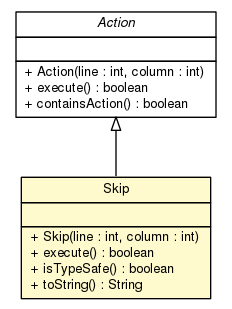
This is doc/model/programs/parsing/language/statement/action/Skip.png from sinopeus/asteroids, a Graphviz export, as it was before one commit. Its source is kept beside it as doc/model/programs/parsing/language/statement/action/Skip.dot.
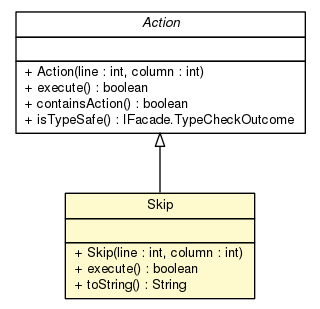
The same diagram one commit later.

Diff of the diagram source:
```diff
@@ -4,7 +4,7 @@
 	node [fontname="Helvetica",fontsize=10,shape=plaintext];
 	nodesep=0.25;
 	ranksep=0.5;
-	c15818 [label=<<table title="model.programs.parsing.language.statement.action.Action" border="0" cellborder="1" cellspacing="0" cellpadding="2" port="p" href="./Action.html">
+	c15943 [label=<<table title="model.programs.parsing.language.statement.action.Action" border="0" cellborder="1" cellspacing="0" cellpadding="2" port="p" href="./Action.html">
 		<tr><td><table border="0" cellspacing="0" cellpadding="1">
 <tr><td align="center" balign="center"><font face="Helvetica-Oblique"> Action </font></td></tr>
 		</table></td></tr>
@@ -15,9 +15,10 @@
 <tr><td align="left" balign="left"> + Action(line : int, column : int) </td></tr>
 <tr><td align="left" balign="left"> + execute() : boolean </td></tr>
 <tr><td align="left" balign="left"> + containsAction() : boolean </td></tr>
+<tr><td align="left" balign="left"> + isTypeSafe() : IFacade.TypeCheckOutcome </td></tr>
 		</table></td></tr>
 		</table>>, URL="./Action.html", fontname="Helvetica", fontcolor="black", fontsize=10.0];
-	c15821 [label=<<table title="model.programs.parsing.language.statement.action.Skip" border="0" cellborder="1" cellspacing="0" cellpadding="2" port="p" bgcolor="lemonChiffon" href="./Skip.html">
+	c15946 [label=<<table title="model.programs.parsing.language.statement.action.Skip" border="0" cellborder="1" cellspacing="0" cellpadding="2" port="p" bgcolor="lemonChiffon" href="./Skip.html">
 		<tr><td><table border="0" cellspacing="0" cellpadding="1">
 <tr><td align="center" balign="center"> Skip </td></tr>
 		</table></td></tr>
@@ -27,9 +28,8 @@
 		<tr><td><table border="0" cellspacing="0" cellpadding="1">
 <tr><td align="left" balign="left"> + Skip(line : int, column : int) </td></tr>
 <tr><td align="left" balign="left"> + execute() : boolean </td></tr>
-<tr><td align="left" balign="left"> + isTypeSafe() : boolean </td></tr>
 <tr><td align="left" balign="left"> + toString() : String </td></tr>
 		</table></td></tr>
 		</table>>, URL="./Skip.html", fontname="Helvetica", fontcolor="black", fontsize=10.0];
-	c15818:p -> c15821:p [dir=back,arrowtail=empty];
+	c15943:p -> c15946:p [dir=back,arrowtail=empty];
 }
```
